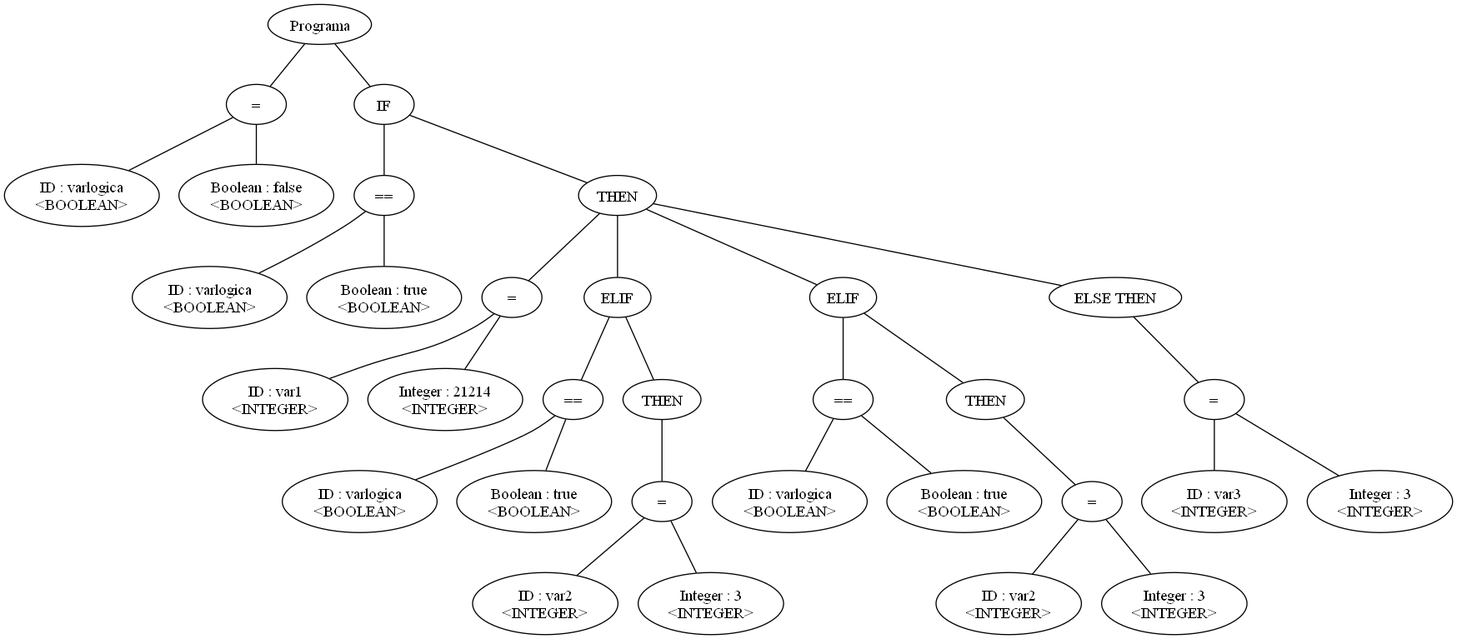
Above: arbol.png in leandroprios/compilador (Graphviz), before the change. Its source is kept beside it as arbol.dot.
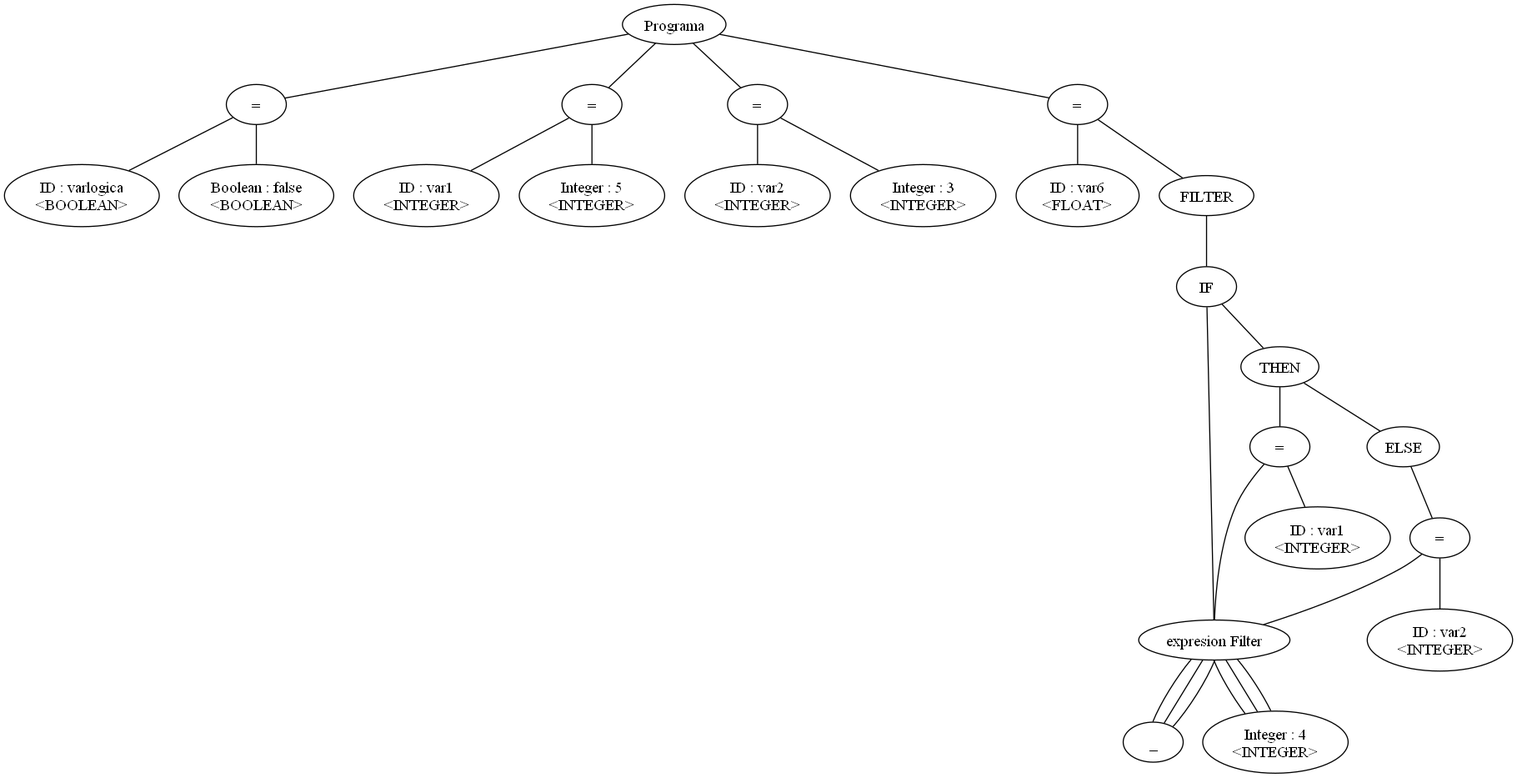
The same file after the commit.

What changed in the source:
```diff
@@ -1,64 +1,58 @@
-graph G {nodo_1166892990[label="Programa"]
-nodo_166517308[label="="]
-nodo_1166892990--nodo_166517308
-nodo_119534261[label="ID : varlogica\n<BOOLEAN>"]
-nodo_166517308--nodo_119534261
-nodo_2046957709[label="Boolean : false\n<BOOLEAN>"]
-nodo_166517308--nodo_2046957709
-nodo_1440598236[label="IF"]
-nodo_1166892990--nodo_1440598236
-nodo_982504801[label="=="]
-nodo_1440598236--nodo_982504801
-nodo_1123881695[label="ID : varlogica\n<BOOLEAN>"]
-nodo_982504801--nodo_1123881695
-nodo_676441213[label="Boolean : true\n<BOOLEAN>"]
-nodo_982504801--nodo_676441213
-nodo_2041047019[label="THEN"]
-nodo_1440598236--nodo_2041047019
-nodo_1460789569[label="="]
-nodo_2041047019--nodo_1460789569
-nodo_2110814870[label="ID : var1\n<INTEGER>"]
-nodo_1460789569--nodo_2110814870
-nodo_1481048853[label="Integer : 21214\n<INTEGER>"]
-nodo_1460789569--nodo_1481048853
-nodo_1140408220[label="ELIF"]
-nodo_2041047019--nodo_1140408220
-nodo_465225035[label="=="]
-nodo_1140408220--nodo_465225035
-nodo_1698695264[label="ID : varlogica\n<BOOLEAN>"]
-nodo_465225035--nodo_1698695264
-nodo_100655222[label="Boolean : true\n<BOOLEAN>"]
-nodo_465225035--nodo_100655222
-nodo_1515893840[label="THEN"]
-nodo_1140408220--nodo_1515893840
-nodo_1110255282[label="="]
-nodo_1515893840--nodo_1110255282
-nodo_667624863[label="ID : var2\n<INTEGER>"]
-nodo_1110255282--nodo_667624863
-nodo_1573756224[label="Integer : 3\n<INTEGER>"]
-nodo_1110255282--nodo_1573756224
-nodo_1399281689[label="ELIF"]
-nodo_2041047019--nodo_1399281689
-nodo_2018835569[label="=="]
-nodo_1399281689--nodo_2018835569
-nodo_105761081[label="ID : varlogica\n<BOOLEAN>"]
-nodo_2018835569--nodo_105761081
-nodo_928736045[label="Boolean : true\n<BOOLEAN>"]
-nodo_2018835569--nodo_928736045
-nodo_1873780783[label="THEN"]
-nodo_1399281689--nodo_1873780783
-nodo_33397400[label="="]
-nodo_1873780783--nodo_33397400
-nodo_1762762655[label="ID : var2\n<INTEGER>"]
-nodo_33397400--nodo_1762762655
-nodo_88066971[label="Integer : 3\n<INTEGER>"]
-nodo_33397400--nodo_88066971
-nodo_1809462523[label="ELSE THEN"]
-nodo_2041047019--nodo_1809462523
-nodo_470289330[label="="]
-nodo_1809462523--nodo_470289330
-nodo_2038465227[label="ID : var3\n<INTEGER>"]
-nodo_470289330--nodo_2038465227
-nodo_43580787[label="Integer : 3\n<INTEGER>"]
-nodo_470289330--nodo_43580787
+graph G {nodo_1864582582[label="Programa"]
+nodo_1100424528[label="="]
+nodo_1864582582--nodo_1100424528
+nodo_101941028[label="ID : varlogica\n<BOOLEAN>"]
+nodo_1100424528--nodo_101941028
+nodo_1936233637[label="Boolean : false\n<BOOLEAN>"]
+nodo_1100424528--nodo_1936233637
+nodo_241494135[label="="]
+nodo_1864582582--nodo_241494135
+nodo_1990320462[label="ID : var1\n<INTEGER>"]
+nodo_241494135--nodo_1990320462
+nodo_1800817377[label="Integer : 5\n<INTEGER>"]
+nodo_241494135--nodo_1800817377
+nodo_1546397330[label="="]
+nodo_1864582582--nodo_1546397330
+nodo_1973574192[label="ID : var2\n<INTEGER>"]
+nodo_1546397330--nodo_1973574192
+nodo_217087579[label="Integer : 3\n<INTEGER>"]
+nodo_1546397330--nodo_217087579
+nodo_1437088870[label="="]
+nodo_1864582582--nodo_1437088870
+nodo_1754110199[label="ID : var6\n<FLOAT>"]
+nodo_1437088870--nodo_1754110199
+nodo_253312012[label="FILTER"]
+nodo_1437088870--nodo_253312012
+nodo_9734418[label="IF"]
+nodo_253312012--nodo_9734418
+nodo_705542599[label="expresion Filter"]
+nodo_9734418--nodo_705542599
+nodo_277194276[label="_"]
+nodo_705542599--nodo_277194276
+nodo_1446642020[label="Integer : 4\n<INTEGER>"]
+nodo_705542599--nodo_1446642020
+nodo_1726777651[label="THEN"]
+nodo_9734418--nodo_1726777651
+nodo_951121428[label="="]
+nodo_1726777651--nodo_951121428
+nodo_87675808[label="ID : var1\n<INTEGER>"]
+nodo_951121428--nodo_87675808
+nodo_705542599[label="expresion Filter"]
+nodo_951121428--nodo_705542599
+nodo_277194276[label="_"]
+nodo_705542599--nodo_277194276
+nodo_1446642020[label="Integer : 4\n<INTEGER>"]
+nodo_705542599--nodo_1446642020
+nodo_1793940025[label="ELSE"]
+nodo_1726777651--nodo_1793940025
+nodo_1734175253[label="="]
+nodo_1793940025--nodo_1734175253
+nodo_1482825916[label="ID : var2\n<INTEGER>"]
+nodo_1734175253--nodo_1482825916
+nodo_705542599[label="expresion Filter"]
+nodo_1734175253--nodo_705542599
+nodo_277194276[label="_"]
+nodo_705542599--nodo_277194276
+nodo_1446642020[label="Integer : 4\n<INTEGER>"]
+nodo_705542599--nodo_1446642020
 }
```
